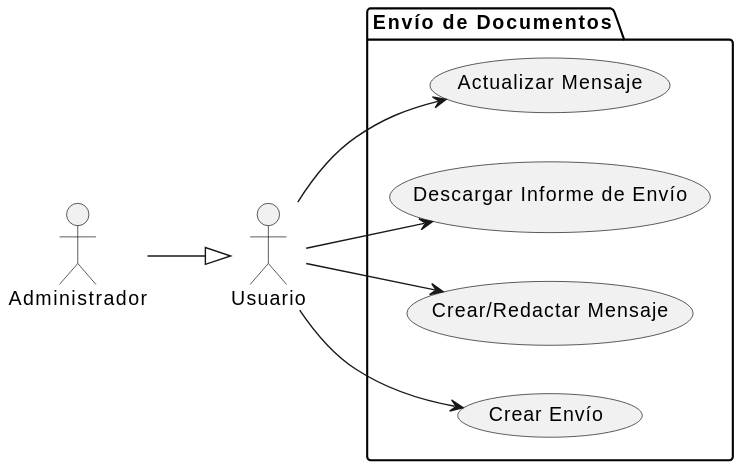
This is docs/casosDeUso/diagramaCasosDeUso/envioDocumentos/envioDocumentos.svg from mmasias/24-25-IdSw1-SDR, a PlantUML export, as it was before one commit.
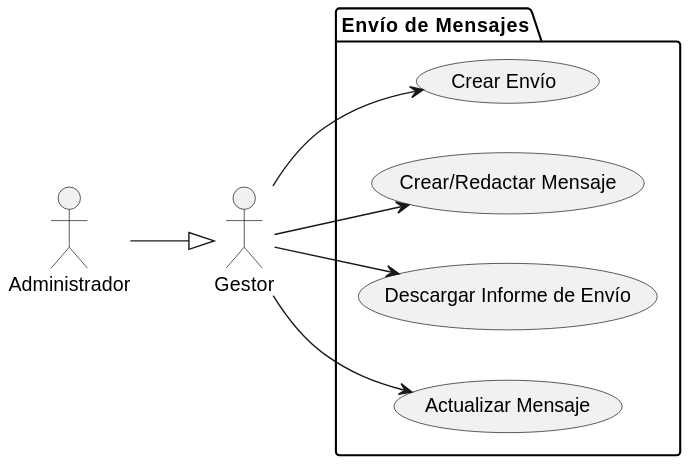
The same diagram one commit later.

What changed in the source:
```diff
@@ -1,9 +1,9 @@
 @startuml
 left to right direction
-actor "Usuario" as Usuario
+actor "Gestor" as Usuario
 actor "Administrador" as Administrador
 
-package "Envío de Documentos" {
+package "Envío de Mensajes" {
     usecase "Crear Envío" as ED1
     usecase "Crear/Redactar Mensaje" as ED2
     usecase "Descargar Informe de Envío" as ED3
```
